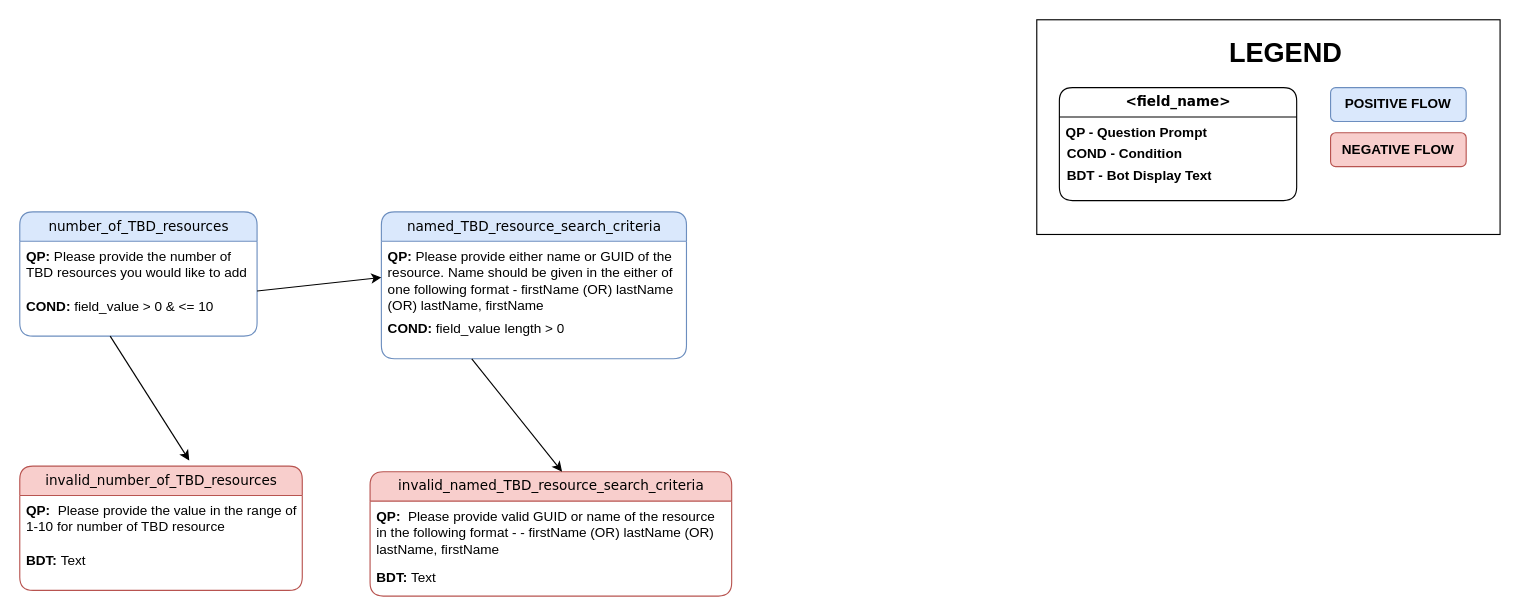
The draw.io diagram Untitled Diagram.drawio in sampath-E1005112/drawio-images, before the edit. Source tidied: cells renumbered, new cells numbered last; positions are measured from the earlier drawing's top-left corner, leaving out a move shared by most shapes. Both pictures are drawn from the tidied source at 113%, with x=0, y=0 at pixel (19, 19).
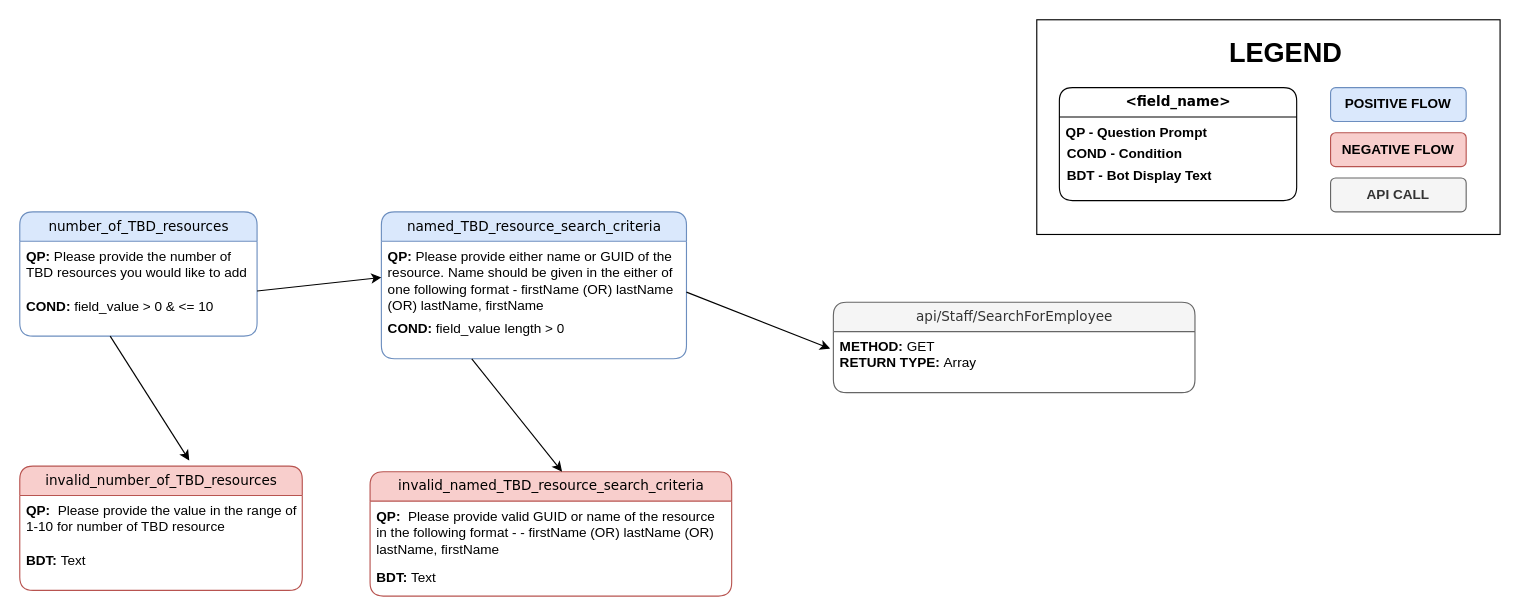
The same page after the edit.

Change to the diagram source:
```diff
@@
+    <mxCell id="25" value="api/Staff/SearchForEmployee" style="swimlane;html=1;fontStyle=0;horizontal=1;startSize=26;fillColor=#f5f5f5;swimlaneFillColor=#ffffff;align=center;rounded=1;shadow=0;comic=0;labelBackgroundColor=none;strokeWidth=1;fontFamily=Verdana;fontSize=12;strokeColor=#666666;fontColor=#333333;" parent="1" vertex="1">
+      <mxGeometry x="720" y="250" width="320" height="80" as="geometry" />
+    </mxCell>
+    <mxCell id="26" value="&lt;b&gt;METHOD: &lt;/b&gt;GET&lt;br&gt;&lt;div&gt;&lt;b&gt;RETURN TYPE: &lt;/b&gt;Array&lt;/div&gt;" style="text;html=1;strokeColor=none;fillColor=none;spacingLeft=4;spacingRight=4;whiteSpace=wrap;overflow=hidden;points=[[0,0.5],[1,0.5]];portConstraint=eastwest;" parent="25" vertex="1">
+      <mxGeometry y="26" width="320" height="54" as="geometry" />
+    </mxCell>
+    <mxCell id="27" value="&lt;b&gt;API CALL&lt;/b&gt;" style="rounded=1;whiteSpace=wrap;html=1;fillColor=#f5f5f5;strokeColor=#666666;fontColor=#333333;" parent="1" vertex="1">
+      <mxGeometry x="1160" y="140" width="120" height="30" as="geometry" />
+    </mxCell>
+    <mxCell id="28" style="endArrow=classic;html=1;rounded=0;entryX=-0.009;entryY=0.278;entryDx=0;entryDy=0;entryPerimeter=0;" parent="1" edge="1" target="26">
+      <mxGeometry relative="1" as="geometry">
+        <mxPoint x="590" y="241" as="sourcePoint" />
+      </mxGeometry>
+    </mxCell>
```
